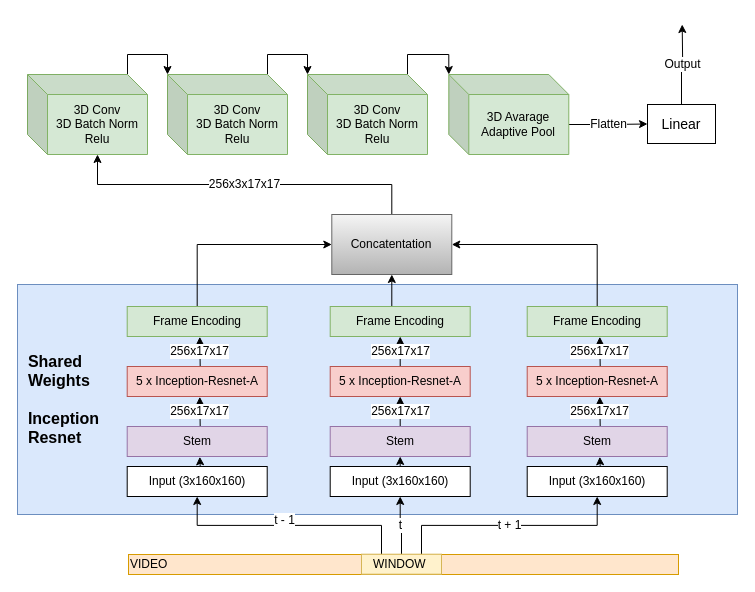
Above: 3dconv.drawio in Megatvini/DeepFaceForgeryDetection (draw.io), before the change. Source tidied: cells renumbered, new cells numbered last; positions are measured from the earlier drawing's top-left corner, leaving out a move shared by most shapes. Both pictures are drawn from the tidied source at 100%, with x=0, y=0 at pixel (17, 14).
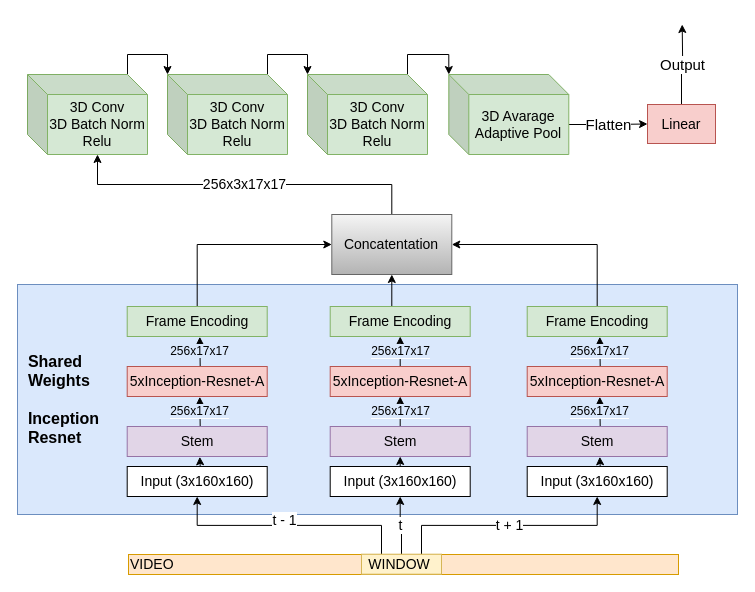
The same page after the edit.

The change refers to these unchanged cells:
```xml
<mxCell id="41" style="edgeStyle=orthogonalEdgeStyle;rounded=0;jettySize=auto;html=1;exitX=0.25;exitY=0;exitDx=0;exitDy=0;entryX=0.5;entryY=1;entryDx=0;entryDy=0;fontSize=12;" parent="1" edge="1" source="45" target="6">
  <mxGeometry relative="1" as="geometry" />
</mxCell>
```

Diff of the diagram source:
```diff
@@
-    <mxCell id="3" value="256x17x17" style="edgeStyle=orthogonalEdgeStyle;rounded=0;orthogonalLoop=1;jettySize=auto;html=1;exitX=0.5;exitY=0;exitDx=0;exitDy=0;entryX=0.5;entryY=1;entryDx=0;entryDy=0;endSize=6;verticalAlign=middle;fontSize=12;" parent="1" edge="1">
+    <mxCell id="3" value="&lt;span style=&quot;background-color: rgb(218 , 232 , 252)&quot;&gt;256x17x17&lt;/span&gt;" style="edgeStyle=orthogonalEdgeStyle;rounded=0;orthogonalLoop=1;jettySize=auto;html=1;exitX=0.5;exitY=0;exitDx=0;exitDy=0;entryX=0.5;entryY=1;entryDx=0;entryDy=0;endSize=6;verticalAlign=middle;fontSize=12;" parent="1" edge="1">
       <mxGeometry relative="1" as="geometry">
         <mxPoint x="182.7" y="412" as="sourcePoint" />
         <mxPoint x="182.3" y="382.3" as="targetPoint" />
       </mxGeometry>
     </mxCell>
-    <mxCell id="4" value="Stem" style="rounded=0;whiteSpace=wrap;html=1;fillColor=#e1d5e7;strokeColor=#9673a6;imageAspect=1;" parent="1" vertex="1">
+    <mxCell id="4" value="&lt;font style=&quot;font-size: 14px&quot;&gt;Stem&lt;/font&gt;" style="rounded=0;whiteSpace=wrap;html=1;fillColor=#e1d5e7;strokeColor=#9673a6;imageAspect=1;" parent="1" vertex="1">
       <mxGeometry x="109.7" y="412" width="140" height="30" as="geometry" />
     </mxCell>
@@
-    <mxCell id="6" value="Input (3x160x160)" style="rounded=0;whiteSpace=wrap;html=1;" parent="1" vertex="1">
+    <mxCell id="6" value="Input (3x160x160)" style="rounded=0;whiteSpace=wrap;html=1;fontSize=14;" parent="1" vertex="1">
       <mxGeometry x="109.7" y="452" width="140" height="30" as="geometry" />
     </mxCell>
@@
-    <mxCell id="8" value="Frame Encoding" style="rounded=0;whiteSpace=wrap;html=1;fillColor=#d5e8d4;strokeColor=#82b366;imageAspect=1;" parent="1" vertex="1">
+    <mxCell id="8" value="Frame Encoding" style="rounded=0;whiteSpace=wrap;html=1;fillColor=#d5e8d4;strokeColor=#82b366;imageAspect=1;fontSize=14;" parent="1" vertex="1">
       <mxGeometry x="109.7" y="292" width="140" height="30" as="geometry" />
     </mxCell>
-    <mxCell id="9" value="&lt;span style=&quot;font-size: 12px&quot;&gt;256x17x17&lt;/span&gt;" style="edgeStyle=orthogonalEdgeStyle;rounded=0;orthogonalLoop=1;jettySize=auto;html=1;exitX=0.5;exitY=0;exitDx=0;exitDy=0;entryX=0.5;entryY=1;entryDx=0;entryDy=0;" parent="1" edge="1">
+    <mxCell id="9" value="&lt;span style=&quot;font-size: 12px ; background-color: rgb(218 , 232 , 252)&quot;&gt;256x17x17&lt;/span&gt;" style="edgeStyle=orthogonalEdgeStyle;rounded=0;orthogonalLoop=1;jettySize=auto;html=1;exitX=0.5;exitY=0;exitDx=0;exitDy=0;entryX=0.5;entryY=1;entryDx=0;entryDy=0;labelBackgroundColor=none;" parent="1" edge="1">
       <mxGeometry relative="1" as="geometry">
         <mxPoint x="182.7" y="352" as="sourcePoint" />
         <mxPoint x="182.3" y="322.3" as="targetPoint" />
       </mxGeometry>
     </mxCell>
-    <mxCell id="10" value="5 x Inception-Resnet-A" style="rounded=0;whiteSpace=wrap;html=1;fillColor=#f8cecc;strokeColor=#b85450;imageAspect=1;" parent="1" vertex="1">
+    <mxCell id="10" value="5xInception-Resnet-A" style="rounded=0;whiteSpace=wrap;html=1;fillColor=#f8cecc;strokeColor=#b85450;imageAspect=1;fontSize=14;" parent="1" vertex="1">
       <mxGeometry x="109.7" y="352" width="140" height="30" as="geometry" />
     </mxCell>
-    <mxCell id="11" value="256x17x17" style="edgeStyle=orthogonalEdgeStyle;rounded=0;jettySize=auto;html=1;exitX=0.5;exitY=0;exitDx=0;exitDy=0;entryX=0.5;entryY=1;entryDx=0;entryDy=0;endSize=6;verticalAlign=middle;fontSize=12;" parent="1" edge="1" source="12" target="18">
+    <mxCell id="11" value="&lt;span style=&quot;background-color: rgb(218 , 232 , 252)&quot;&gt;256x17x17&lt;/span&gt;" style="edgeStyle=orthogonalEdgeStyle;rounded=0;jettySize=auto;html=1;exitX=0.5;exitY=0;exitDx=0;exitDy=0;entryX=0.5;entryY=1;entryDx=0;entryDy=0;endSize=6;verticalAlign=middle;fontSize=12;" parent="1" edge="1" source="12" target="18">
       <mxGeometry relative="1" as="geometry" />
     </mxCell>
-    <mxCell id="12" value="Stem" style="rounded=0;whiteSpace=wrap;html=1;fillColor=#e1d5e7;strokeColor=#9673a6;imageAspect=1;" parent="1" vertex="1">
+    <mxCell id="12" value="Stem" style="rounded=0;whiteSpace=wrap;html=1;fillColor=#e1d5e7;strokeColor=#9673a6;imageAspect=1;fontSize=14;" parent="1" vertex="1">
       <mxGeometry x="312.7" y="412" width="140" height="30" as="geometry" />
     </mxCell>
@@
-    <mxCell id="14" value="Input (3x160x160)" style="rounded=0;whiteSpace=wrap;html=1;" parent="1" vertex="1">
+    <mxCell id="14" value="Input (3x160x160)" style="rounded=0;whiteSpace=wrap;html=1;fontSize=14;" parent="1" vertex="1">
       <mxGeometry x="312.7" y="452" width="140" height="30" as="geometry" />
     </mxCell>
@@
-    <mxCell id="16" value="Frame Encoding" style="rounded=0;whiteSpace=wrap;html=1;fillColor=#d5e8d4;strokeColor=#82b366;imageAspect=1;" parent="1" vertex="1">
+    <mxCell id="16" value="Frame Encoding" style="rounded=0;whiteSpace=wrap;html=1;fillColor=#d5e8d4;strokeColor=#82b366;imageAspect=1;fontSize=14;" parent="1" vertex="1">
       <mxGeometry x="312.7" y="292" width="140" height="30" as="geometry" />
     </mxCell>
-    <mxCell id="17" value="&lt;span style=&quot;font-size: 12px&quot;&gt;256x17x17&lt;/span&gt;" style="edgeStyle=orthogonalEdgeStyle;rounded=0;jettySize=auto;html=1;exitX=0.5;exitY=0;exitDx=0;exitDy=0;entryX=0.5;entryY=1;entryDx=0;entryDy=0;" parent="1" edge="1" source="18" target="16">
+    <mxCell id="17" value="&lt;span style=&quot;font-size: 12px ; background-color: rgb(218 , 232 , 252)&quot;&gt;256x17x17&lt;/span&gt;" style="edgeStyle=orthogonalEdgeStyle;rounded=0;jettySize=auto;html=1;exitX=0.5;exitY=0;exitDx=0;exitDy=0;entryX=0.5;entryY=1;entryDx=0;entryDy=0;" parent="1" edge="1" source="18" target="16">
       <mxGeometry relative="1" as="geometry" />
     </mxCell>
-    <mxCell id="18" value="5 x Inception-Resnet-A" style="rounded=0;whiteSpace=wrap;html=1;fillColor=#f8cecc;strokeColor=#b85450;imageAspect=1;" parent="1" vertex="1">
+    <mxCell id="18" value="&lt;span style=&quot;font-size: 14px&quot;&gt;5xInception-Resnet-A&lt;/span&gt;" style="rounded=0;whiteSpace=wrap;html=1;fillColor=#f8cecc;strokeColor=#b85450;imageAspect=1;" parent="1" vertex="1">
       <mxGeometry x="312.7" y="352" width="140" height="30" as="geometry" />
     </mxCell>
-    <mxCell id="19" value="256x17x17" style="edgeStyle=orthogonalEdgeStyle;rounded=0;orthogonalLoop=1;jettySize=auto;html=1;exitX=0.5;exitY=0;exitDx=0;exitDy=0;entryX=0.5;entryY=1;entryDx=0;entryDy=0;endSize=6;verticalAlign=middle;fontSize=12;" parent="1" edge="1">
+    <mxCell id="19" value="&lt;span style=&quot;background-color: rgb(218 , 232 , 252)&quot;&gt;256x17x17&lt;/span&gt;" style="edgeStyle=orthogonalEdgeStyle;rounded=0;orthogonalLoop=1;jettySize=auto;html=1;exitX=0.5;exitY=0;exitDx=0;exitDy=0;entryX=0.5;entryY=1;entryDx=0;entryDy=0;endSize=6;verticalAlign=middle;fontSize=12;" parent="1" edge="1">
       <mxGeometry relative="1" as="geometry">
         <mxPoint x="582.7" y="412" as="sourcePoint" />
         <mxPoint x="582.3" y="382.3" as="targetPoint" />
       </mxGeometry>
     </mxCell>
-    <mxCell id="20" value="Stem" style="rounded=0;whiteSpace=wrap;html=1;fillColor=#e1d5e7;strokeColor=#9673a6;imageAspect=1;" parent="1" vertex="1">
+    <mxCell id="20" value="Stem" style="rounded=0;whiteSpace=wrap;html=1;fillColor=#e1d5e7;strokeColor=#9673a6;imageAspect=1;fontSize=14;" parent="1" vertex="1">
       <mxGeometry x="509.7" y="412" width="140" height="30" as="geometry" />
     </mxCell>
@@
-    <mxCell id="22" value="Input (3x160x160)" style="rounded=0;whiteSpace=wrap;html=1;" parent="1" vertex="1">
+    <mxCell id="22" value="Input (3x160x160)" style="rounded=0;whiteSpace=wrap;html=1;fontSize=14;" parent="1" vertex="1">
       <mxGeometry x="509.7" y="452" width="140" height="30" as="geometry" />
     </mxCell>
@@
-    <mxCell id="24" value="Frame Encoding" style="rounded=0;whiteSpace=wrap;html=1;fillColor=#d5e8d4;strokeColor=#82b366;imageAspect=1;" parent="1" vertex="1">
+    <mxCell id="24" value="Frame Encoding" style="rounded=0;whiteSpace=wrap;html=1;fillColor=#d5e8d4;strokeColor=#82b366;imageAspect=1;fontSize=14;" parent="1" vertex="1">
       <mxGeometry x="509.7" y="292" width="140" height="30" as="geometry" />
     </mxCell>
-    <mxCell id="25" value="&lt;span style=&quot;font-size: 12px&quot;&gt;256x17x17&lt;/span&gt;" style="edgeStyle=orthogonalEdgeStyle;rounded=0;orthogonalLoop=1;jettySize=auto;html=1;exitX=0.5;exitY=0;exitDx=0;exitDy=0;entryX=0.5;entryY=1;entryDx=0;entryDy=0;" parent="1" edge="1">
+    <mxCell id="25" value="&lt;span style=&quot;font-size: 12px ; background-color: rgb(218 , 232 , 252)&quot;&gt;256x17x17&lt;/span&gt;" style="edgeStyle=orthogonalEdgeStyle;rounded=0;orthogonalLoop=1;jettySize=auto;html=1;exitX=0.5;exitY=0;exitDx=0;exitDy=0;entryX=0.5;entryY=1;entryDx=0;entryDy=0;" parent="1" edge="1">
       <mxGeometry relative="1" as="geometry">
         <mxPoint x="582.7" y="352" as="sourcePoint" />
         <mxPoint x="582.3" y="322.3" as="targetPoint" />
       </mxGeometry>
     </mxCell>
-    <mxCell id="26" value="5 x Inception-Resnet-A" style="rounded=0;whiteSpace=wrap;html=1;fillColor=#f8cecc;strokeColor=#b85450;imageAspect=1;" parent="1" vertex="1">
+    <mxCell id="26" value="&lt;span style=&quot;font-size: 14px&quot;&gt;5xInception-Resnet-A&lt;/span&gt;" style="rounded=0;whiteSpace=wrap;html=1;fillColor=#f8cecc;strokeColor=#b85450;imageAspect=1;" parent="1" vertex="1">
       <mxGeometry x="509.7" y="352" width="140" height="30" as="geometry" />
     </mxCell>
@@
-    <mxCell id="31" value="3D Conv&lt;br&gt;3D Batch Norm&lt;br&gt;Relu" style="shape=cube;whiteSpace=wrap;html=1;boundedLbl=1;backgroundOutline=1;darkOpacity=0.05;darkOpacity2=0.1;fillColor=#d5e8d4;strokeColor=#82b366;" parent="1" vertex="1">
+    <mxCell id="31" value="3D Conv&lt;br style=&quot;font-size: 14px;&quot;&gt;3D Batch Norm&lt;br style=&quot;font-size: 14px;&quot;&gt;Relu" style="shape=cube;whiteSpace=wrap;html=1;boundedLbl=1;backgroundOutline=1;darkOpacity=0.05;darkOpacity2=0.1;fillColor=#d5e8d4;strokeColor=#82b366;fontSize=14;" parent="1" vertex="1">
       <mxGeometry x="10" y="60" width="120" height="80" as="geometry" />
     </mxCell>
-    <mxCell id="32" value="256x3x17x17" style="edgeStyle=orthogonalEdgeStyle;rounded=0;jettySize=auto;html=1;exitX=0.5;exitY=0;exitDx=0;exitDy=0;entryX=0;entryY=0;entryDx=70;entryDy=80;entryPerimeter=0;fontSize=12;" parent="1" edge="1" source="33" target="31">
+    <mxCell id="32" value="&lt;font style=&quot;font-size: 14px&quot;&gt;256x3x17x17&lt;/font&gt;" style="edgeStyle=orthogonalEdgeStyle;rounded=0;jettySize=auto;html=1;exitX=0.5;exitY=0;exitDx=0;exitDy=0;entryX=0;entryY=0;entryDx=70;entryDy=80;entryPerimeter=0;fontSize=12;" parent="1" edge="1" source="33" target="31">
       <mxGeometry relative="1" as="geometry" />
     </mxCell>
-    <mxCell id="33" value="Concatentation" style="rounded=0;whiteSpace=wrap;html=1;fillColor=#f5f5f5;strokeColor=#666666;gradientColor=#b3b3b3;" parent="1" vertex="1">
+    <mxCell id="33" value="Concatentation" style="rounded=0;whiteSpace=wrap;html=1;fillColor=#f5f5f5;strokeColor=#666666;gradientColor=#b3b3b3;fontSize=14;" parent="1" vertex="1">
       <mxGeometry x="314.3" y="200" width="120" height="60" as="geometry" />
     </mxCell>
@@
-    <mxCell id="35" value="3D Conv&lt;br&gt;3D Batch Norm&lt;br&gt;Relu" style="shape=cube;whiteSpace=wrap;html=1;boundedLbl=1;backgroundOutline=1;darkOpacity=0.05;darkOpacity2=0.1;fillColor=#d5e8d4;strokeColor=#82b366;" parent="1" vertex="1">
+    <mxCell id="35" value="3D Conv&lt;br style=&quot;font-size: 14px;&quot;&gt;3D Batch Norm&lt;br style=&quot;font-size: 14px;&quot;&gt;Relu" style="shape=cube;whiteSpace=wrap;html=1;boundedLbl=1;backgroundOutline=1;darkOpacity=0.05;darkOpacity2=0.1;fillColor=#d5e8d4;strokeColor=#82b366;fontSize=14;" parent="1" vertex="1">
       <mxGeometry x="150" y="60" width="120" height="80" as="geometry" />
     </mxCell>
@@
-    <mxCell id="37" value="3D Conv&lt;br&gt;3D Batch Norm&lt;br&gt;Relu" style="shape=cube;whiteSpace=wrap;html=1;boundedLbl=1;backgroundOutline=1;darkOpacity=0.05;darkOpacity2=0.1;fillColor=#d5e8d4;strokeColor=#82b366;" parent="1" vertex="1">
+    <mxCell id="37" value="3D Conv&lt;br style=&quot;font-size: 14px;&quot;&gt;3D Batch Norm&lt;br style=&quot;font-size: 14px;&quot;&gt;Relu" style="shape=cube;whiteSpace=wrap;html=1;boundedLbl=1;backgroundOutline=1;darkOpacity=0.05;darkOpacity2=0.1;fillColor=#d5e8d4;strokeColor=#82b366;fontSize=14;" parent="1" vertex="1">
       <mxGeometry x="290" y="60" width="120" height="80" as="geometry" />
     </mxCell>
-    <mxCell id="38" value="Output" style="edgeStyle=orthogonalEdgeStyle;rounded=0;jettySize=auto;html=1;exitX=0.5;exitY=0;exitDx=0;exitDy=0;fontSize=12;" parent="1" edge="1" source="39">
+    <mxCell id="38" value="&lt;font style=&quot;font-size: 15px&quot;&gt;Output&lt;/font&gt;" style="edgeStyle=orthogonalEdgeStyle;rounded=0;jettySize=auto;html=1;exitX=0.5;exitY=0;exitDx=0;exitDy=0;fontSize=12;" parent="1" edge="1" source="39">
       <mxGeometry relative="1" as="geometry">
         <mxPoint x="664.7" y="10" as="targetPoint" />
       </mxGeometry>
     </mxCell>
-    <mxCell id="39" value="&lt;font style=&quot;font-size: 14px&quot;&gt;Linear&lt;/font&gt;" style="rounded=0;whiteSpace=wrap;html=1;fontSize=12;" parent="1" vertex="1">
+    <mxCell id="39" value="&lt;font style=&quot;font-size: 14px&quot;&gt;Linear&lt;/font&gt;" style="rounded=0;whiteSpace=wrap;html=1;fontSize=12;fillColor=#f8cecc;strokeColor=#b85450;" parent="1" vertex="1">
       <mxGeometry x="630" y="90" width="68" height="39" as="geometry" />
     </mxCell>
-    <mxCell id="40" value="VIDEO" style="rounded=0;whiteSpace=wrap;html=1;fontSize=12;align=left;fillColor=#ffe6cc;strokeColor=#d79b00;" parent="1" vertex="1">
+    <mxCell id="40" value="&lt;font style=&quot;font-size: 14px&quot;&gt;VIDEO&lt;/font&gt;" style="rounded=0;whiteSpace=wrap;html=1;fontSize=12;align=left;fillColor=#ffe6cc;strokeColor=#d79b00;" parent="1" vertex="1">
       <mxGeometry x="111" y="540" width="550" height="20" as="geometry" />
     </mxCell>
@@
-    <mxCell id="42" value="t - 1" style="text;html=1;align=center;verticalAlign=middle;labelBackgroundColor=#ffffff;fontSize=12;" parent="41" vertex="1">
+    <mxCell id="42" value="t - 1" style="text;html=1;align=center;verticalAlign=middle;labelBackgroundColor=#ffffff;fontSize=14;" parent="41" vertex="1">
       <mxGeometry x="0.04" y="-5" relative="1" as="geometry" />
     </mxCell>
-    <mxCell id="43" value="t" style="edgeStyle=orthogonalEdgeStyle;rounded=0;jettySize=auto;html=1;exitX=0.5;exitY=0;exitDx=0;exitDy=0;entryX=0.5;entryY=1;entryDx=0;entryDy=0;fontSize=12;" parent="1" edge="1" source="45" target="14">
+    <mxCell id="43" value="t" style="edgeStyle=orthogonalEdgeStyle;rounded=0;jettySize=auto;html=1;exitX=0.5;exitY=0;exitDx=0;exitDy=0;entryX=0.5;entryY=1;entryDx=0;entryDy=0;fontSize=14;" parent="1" edge="1" source="45" target="14">
       <mxGeometry relative="1" as="geometry" />
     </mxCell>
-    <mxCell id="44" value="t + 1" style="edgeStyle=orthogonalEdgeStyle;rounded=0;jettySize=auto;html=1;exitX=0.75;exitY=0;exitDx=0;exitDy=0;entryX=0.5;entryY=1;entryDx=0;entryDy=0;fontSize=12;" parent="1" edge="1" source="45" target="22">
+    <mxCell id="44" value="t + 1" style="edgeStyle=orthogonalEdgeStyle;rounded=0;jettySize=auto;html=1;exitX=0.75;exitY=0;exitDx=0;exitDy=0;entryX=0.5;entryY=1;entryDx=0;entryDy=0;fontSize=14;" parent="1" edge="1" source="45" target="22">
       <mxGeometry relative="1" as="geometry" />
     </mxCell>
-    <mxCell id="45" value="WINDOW&amp;nbsp;" style="rounded=0;whiteSpace=wrap;html=1;fontSize=12;fillColor=#fff2cc;strokeColor=#d6b656;" parent="1" vertex="1">
+    <mxCell id="45" value="WINDOW&amp;nbsp;" style="rounded=0;whiteSpace=wrap;html=1;fontSize=14;fillColor=#fff2cc;strokeColor=#d6b656;" parent="1" vertex="1">
       <mxGeometry x="344" y="539.7" width="80" height="20" as="geometry" />
     </mxCell>
-    <mxCell id="46" value="Flatten" style="edgeStyle=orthogonalEdgeStyle;rounded=0;jettySize=auto;html=1;exitX=0;exitY=0;exitDx=120;exitDy=50;exitPerimeter=0;entryX=0;entryY=0.5;entryDx=0;entryDy=0;fontSize=12;" parent="1" edge="1" source="47" target="39">
+    <mxCell id="46" value="&lt;font style=&quot;font-size: 15px&quot;&gt;Flatten&lt;/font&gt;" style="edgeStyle=orthogonalEdgeStyle;rounded=0;jettySize=auto;html=1;exitX=0;exitY=0;exitDx=120;exitDy=50;exitPerimeter=0;entryX=0;entryY=0.5;entryDx=0;entryDy=0;fontSize=12;" parent="1" edge="1" source="47" target="39">
       <mxGeometry relative="1" as="geometry" />
     </mxCell>
-    <mxCell id="47" value="3D Avarage Adaptive Pool" style="shape=cube;whiteSpace=wrap;html=1;boundedLbl=1;backgroundOutline=1;darkOpacity=0.05;darkOpacity2=0.1;fillColor=#d5e8d4;strokeColor=#82b366;" parent="1" vertex="1">
+    <mxCell id="47" value="3D Avarage Adaptive Pool" style="shape=cube;whiteSpace=wrap;html=1;boundedLbl=1;backgroundOutline=1;darkOpacity=0.05;darkOpacity2=0.1;fillColor=#d5e8d4;strokeColor=#82b366;fontSize=14;" parent="1" vertex="1">
       <mxGeometry x="431.3" y="60" width="120" height="80" as="geometry" />
     </mxCell>
```
